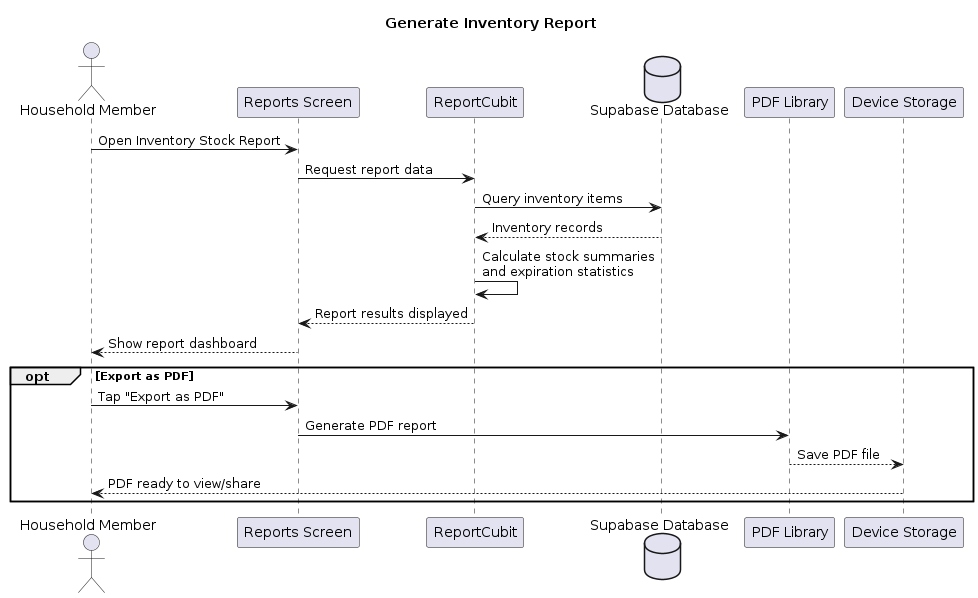
Before: docs/2-descriptive/implementation/diagrams/Generate Inventory Report.png, a diagram exported from PlantUML (uprm-inso4115-2025-2026-s2/semester-project-home-inventory). Its diagram source:
```plantuml
@startuml
title Generate Inventory Report

actor "Household Member" as User
participant "Reports Screen" as Reports
participant "ReportCubit" as Cubit
database "Supabase Database" as DB
participant "PDF Library" as PDF
participant "Device Storage" as Storage

User -> Reports: Open Inventory Stock Report
Reports -> Cubit: Request report data

Cubit -> DB: Query inventory items
DB --> Cubit: Inventory records

Cubit -> Cubit: Calculate stock summaries\nand expiration statistics
Cubit --> Reports: Report results displayed

Reports --> User: Show report dashboard

opt Export as PDF
    User -> Reports: Tap "Export as PDF"
    Reports -> PDF: Generate PDF report
    PDF --> Storage: Save PDF file
    Storage --> User: PDF ready to view/share
end
@enduml
```
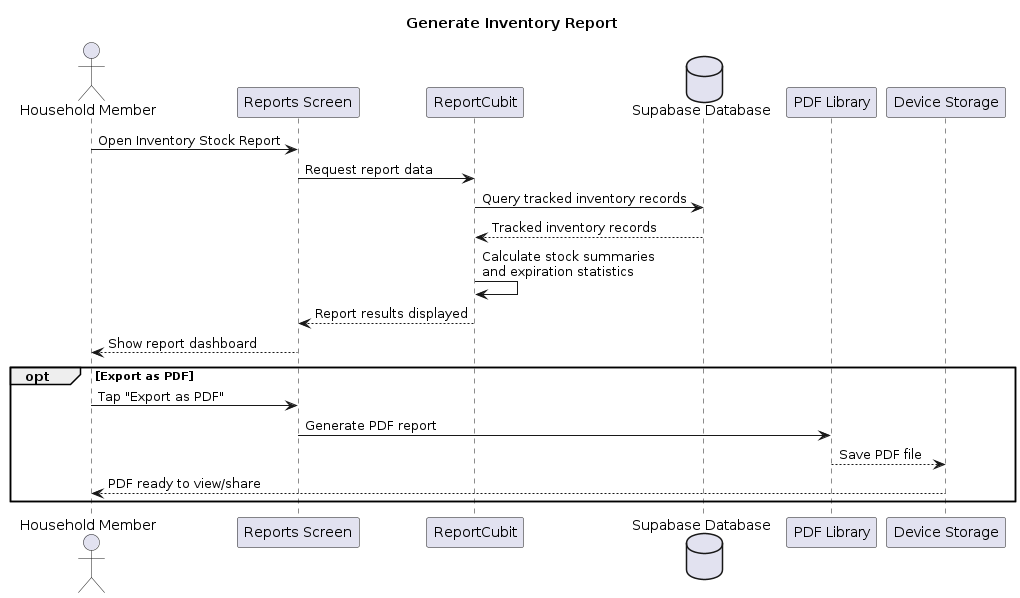
After the commit.

Diff of the diagram source:
```diff
@@ -1,28 +1,28 @@
 @startuml
 title Generate Inventory Report
 
-actor "Household Member" as User
+actor "Household Member" as Member
 participant "Reports Screen" as Reports
 participant "ReportCubit" as Cubit
 database "Supabase Database" as DB
 participant "PDF Library" as PDF
 participant "Device Storage" as Storage
 
-User -> Reports: Open Inventory Stock Report
+Member -> Reports: Open Inventory Stock Report
 Reports -> Cubit: Request report data
 
-Cubit -> DB: Query inventory items
-DB --> Cubit: Inventory records
+Cubit -> DB: Query tracked inventory records
+DB --> Cubit: Tracked inventory records
 
 Cubit -> Cubit: Calculate stock summaries\nand expiration statistics
 Cubit --> Reports: Report results displayed
 
-Reports --> User: Show report dashboard
+Reports --> Member: Show report dashboard
 
 opt Export as PDF
-    User -> Reports: Tap "Export as PDF"
+    Member -> Reports: Tap "Export as PDF"
     Reports -> PDF: Generate PDF report
     PDF --> Storage: Save PDF file
-    Storage --> User: PDF ready to view/share
+    Storage --> Member: PDF ready to view/share
 end
 @enduml
```
